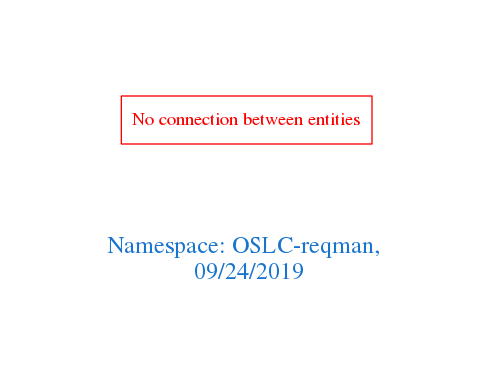
Before: downloads/OSLC-reqman.png, a diagram exported from Graphviz (arago/OGIT). Its source is kept beside it as downloads/OSLC-reqman.dot.
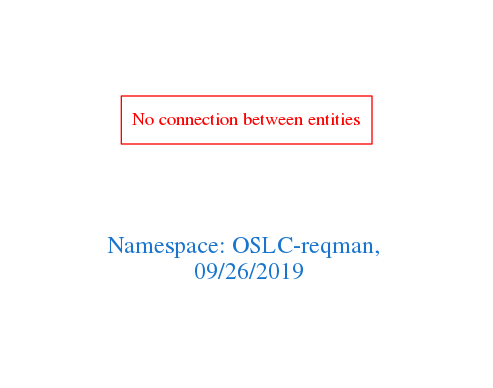
After the change.

Change to the diagram source:
```diff
@@ -1,7 +1,7 @@
 digraph OGIT_ontology {
  graph [ rankdir= LR,pad=1
 fontsize = 18,
-fontcolor= dodgerblue3,label = "\n\n\nNamespace: OSLC-reqman, \n 09/24/2019"];
+fontcolor= dodgerblue3,label = "\n\n\nNamespace: OSLC-reqman, \n 09/26/2019"];
 node[shape=polygon];
 edge [  color="gray81"];
 
```
